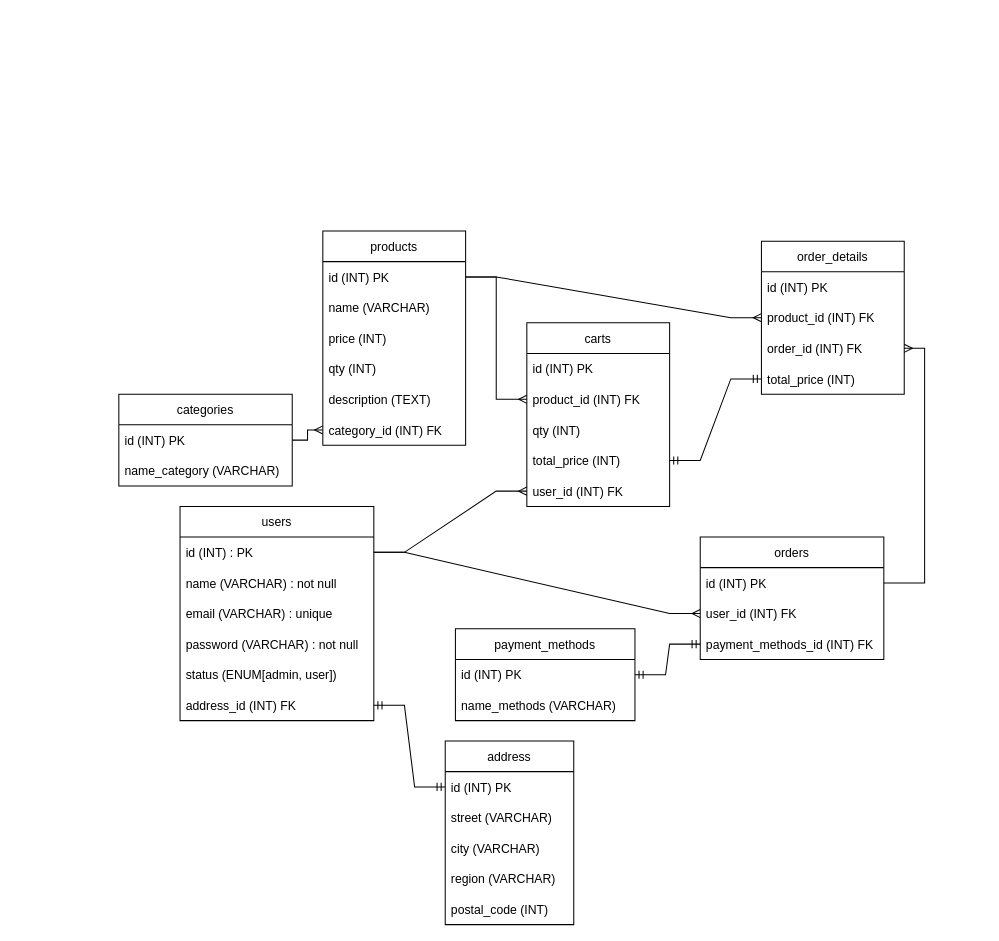
This is ERD.drawio from air-bnb-group-3/BE, a draw.io file, before an edit. Source tidied: cells renumbered, new cells numbered last; positions are measured from the earlier drawing's top-left corner, leaving out a move shared by most shapes. Both pictures are drawn from the tidied source at 102%, with x=0, y=0 at pixel (118, 231).
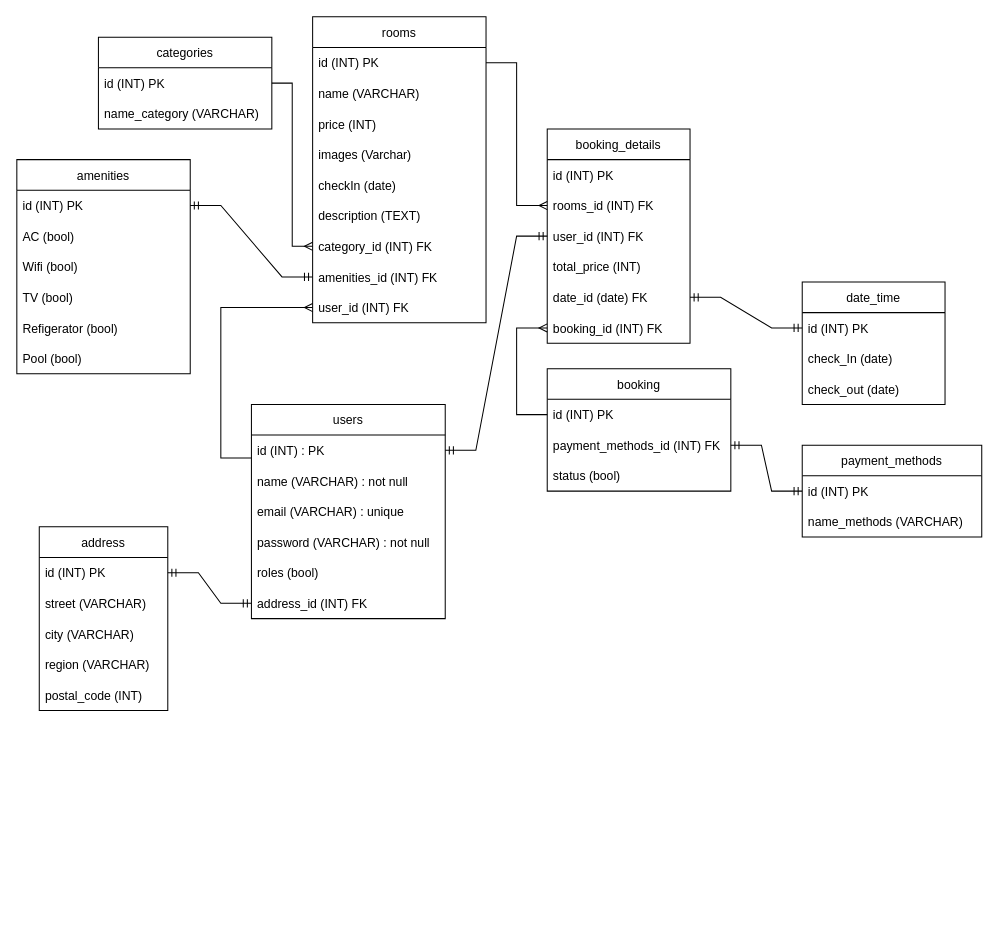
After the change.

The change refers to these unchanged cells:
```xml
<mxCell id="3" value="id (INT) : PK" style="text;strokeColor=none;fillColor=none;align=left;verticalAlign=middle;spacingLeft=4;spacingRight=4;overflow=hidden;points=[[0,0.5],[1,0.5]];portConstraint=eastwest;" parent="2" vertex="1">
  <mxGeometry y="30" width="190" height="30" as="geometry" />
</mxCell>
<mxCell id="8" value="address_id (INT) FK " style="text;strokeColor=none;fillColor=none;align=left;verticalAlign=middle;spacingLeft=4;spacingRight=4;overflow=hidden;points=[[0,0.5],[1,0.5]];portConstraint=eastwest;" parent="2" vertex="1">
  <mxGeometry y="180" width="190" height="30" as="geometry" />
</mxCell>
<mxCell id="23" value="id (INT) PK" style="text;strokeColor=none;fillColor=none;align=left;verticalAlign=middle;spacingLeft=4;spacingRight=4;overflow=hidden;points=[[0,0.5],[1,0.5]];portConstraint=eastwest;" parent="22" vertex="1">
  <mxGeometry y="30" width="180" height="30" as="geometry" />
</mxCell>
<mxCell id="31" value="id (INT) PK" style="text;strokeColor=none;fillColor=none;align=left;verticalAlign=middle;spacingLeft=4;spacingRight=4;overflow=hidden;points=[[0,0.5],[1,0.5]];portConstraint=eastwest;" parent="30" vertex="1">
  <mxGeometry y="30" width="126" height="30" as="geometry" />
</mxCell>
<mxCell id="48" value="id (INT) PK" style="text;strokeColor=none;fillColor=none;align=left;verticalAlign=middle;spacingLeft=4;spacingRight=4;overflow=hidden;points=[[0,0.5],[1,0.5]];portConstraint=eastwest;" parent="47" vertex="1">
  <mxGeometry y="30" width="176" height="30" as="geometry" />
</mxCell>
```

What changed in the source:
```diff
@@
     <mxCell id="2" value="users" style="swimlane;fontStyle=0;horizontal=1;startSize=30;" parent="1" vertex="1">
-      <mxGeometry x="60" y="270" width="190" height="210" as="geometry" />
+      <mxGeometry x="130" y="170" width="190" height="210" as="geometry" />
     </mxCell>
@@
-    <mxCell id="7" value="status (ENUM[admin, user]) " style="text;strokeColor=none;fillColor=none;align=left;verticalAlign=middle;spacingLeft=4;spacingRight=4;overflow=hidden;" parent="2" vertex="1">
+    <mxCell id="7" value="roles (bool)" style="text;strokeColor=none;fillColor=none;align=left;verticalAlign=middle;spacingLeft=4;spacingRight=4;overflow=hidden;" parent="2" vertex="1">
       <mxGeometry y="150" width="190" height="30" as="geometry" />
     </mxCell>
@@
-    <mxCell id="9" value="products" style="swimlane;fontStyle=0;horizontal=1;startSize=30;" parent="1" vertex="1">
-      <mxGeometry x="200" width="140" height="210" as="geometry" />
+    <mxCell id="9" value="rooms" style="swimlane;fontStyle=0;horizontal=1;startSize=30;" parent="1" vertex="1">
+      <mxGeometry x="190" y="-210" width="170" height="300" as="geometry" />
     </mxCell>
     <mxCell id="10" value="id (INT) PK" style="text;strokeColor=none;fillColor=none;align=left;verticalAlign=middle;spacingLeft=4;spacingRight=4;overflow=hidden;points=[[0,0.5],[1,0.5]];portConstraint=eastwest;" parent="9" vertex="1">
-      <mxGeometry y="30" width="140" height="30" as="geometry" />
+      <mxGeometry y="30" width="170" height="30" as="geometry" />
     </mxCell>
     <mxCell id="11" value="name (VARCHAR)" style="text;strokeColor=none;fillColor=none;align=left;verticalAlign=middle;spacingLeft=4;spacingRight=4;overflow=hidden;" parent="9" vertex="1">
-      <mxGeometry y="60" width="140" height="30" as="geometry" />
+      <mxGeometry y="60" width="170" height="30" as="geometry" />
     </mxCell>
     <mxCell id="12" value="price (INT)" style="text;strokeColor=none;fillColor=none;align=left;verticalAlign=middle;spacingLeft=4;spacingRight=4;overflow=hidden;" parent="9" vertex="1">
-      <mxGeometry y="90" width="140" height="30" as="geometry" />
+      <mxGeometry y="90" width="170" height="30" as="geometry" />
     </mxCell>
+    <mxCell id="52" value="images (Varchar)" style="text;strokeColor=none;fillColor=none;align=left;verticalAlign=middle;spacingLeft=4;spacingRight=4;overflow=hidden;" parent="9" vertex="1">
+      <mxGeometry y="120" width="170" height="30" as="geometry" />
+    </mxCell>
-    <mxCell id="13" value="qty (INT)" style="text;strokeColor=none;fillColor=none;align=left;verticalAlign=middle;spacingLeft=4;spacingRight=4;overflow=hidden;" parent="9" vertex="1">
-      <mxGeometry y="120" width="140" height="30" as="geometry" />
+    <mxCell id="13" value="checkIn (date)" style="text;strokeColor=none;fillColor=none;align=left;verticalAlign=middle;spacingLeft=4;spacingRight=4;overflow=hidden;" parent="9" vertex="1">
+      <mxGeometry y="150" width="170" height="30" as="geometry" />
     </mxCell>
     <mxCell id="14" value="description (TEXT)" style="text;strokeColor=none;fillColor=none;align=left;verticalAlign=middle;spacingLeft=4;spacingRight=4;overflow=hidden;" parent="9" vertex="1">
-      <mxGeometry y="150" width="140" height="30" as="geometry" />
+      <mxGeometry y="180" width="170" height="30" as="geometry" />
     </mxCell>
     <mxCell id="15" value="category_id (INT) FK" style="text;strokeColor=none;fillColor=none;align=left;verticalAlign=middle;spacingLeft=4;spacingRight=4;overflow=hidden;points=[[0,0.5],[1,0.5]];portConstraint=eastwest;" parent="9" vertex="1">
-      <mxGeometry y="180" width="140" height="30" as="geometry" />
+      <mxGeometry y="210" width="170" height="30" as="geometry" />
     </mxCell>
-    <mxCell id="16" value="carts" style="swimlane;fontStyle=0;horizontal=1;startSize=30;" parent="1" vertex="1">
-      <mxGeometry x="400" y="90" width="140" height="180" as="geometry" />
-    </mxCell>
-    <mxCell id="17" value="id (INT) PK" style="text;strokeColor=none;fillColor=none;align=left;verticalAlign=middle;spacingLeft=4;spacingRight=4;overflow=hidden;points=[[0,0.5],[1,0.5]];portConstraint=eastwest;" parent="16" vertex="1">
-      <mxGeometry y="30" width="140" height="30" as="geometry" />
-    </mxCell>
-    <mxCell id="18" value="product_id (INT) FK" style="text;strokeColor=none;fillColor=none;align=left;verticalAlign=middle;spacingLeft=4;spacingRight=4;overflow=hidden;points=[[0,0.5],[1,0.5]];portConstraint=eastwest;" parent="16" vertex="1">
-      <mxGeometry y="60" width="140" height="30" as="geometry" />
-    </mxCell>
-    <mxCell id="19" value="qty (INT)" style="text;strokeColor=none;fillColor=none;align=left;verticalAlign=middle;spacingLeft=4;spacingRight=4;overflow=hidden;" parent="16" vertex="1">
-      <mxGeometry y="90" width="140" height="30" as="geometry" />
-    </mxCell>
-    <mxCell id="20" value="total_price (INT)" style="text;strokeColor=none;fillColor=none;align=left;verticalAlign=middle;spacingLeft=4;spacingRight=4;overflow=hidden;points=[[0,0.5],[1,0.5]];portConstraint=eastwest;" parent="16" vertex="1">
-      <mxGeometry y="120" width="140" height="30" as="geometry" />
-    </mxCell>
+    <mxCell id="53" value="amenities_id (INT) FK" style="text;strokeColor=none;fillColor=none;align=left;verticalAlign=middle;spacingLeft=4;spacingRight=4;overflow=hidden;points=[[0,0.5],[1,0.5]];portConstraint=eastwest;" parent="9" vertex="1">
+      <mxGeometry y="240" width="170" height="30" as="geometry" />
+    </mxCell>
-    <mxCell id="21" value="user_id (INT) FK" style="text;strokeColor=none;fillColor=none;align=left;verticalAlign=middle;spacingLeft=4;spacingRight=4;overflow=hidden;points=[[0,0.5],[1,0.5]];portConstraint=eastwest;" parent="16" vertex="1">
-      <mxGeometry y="150" width="140" height="30" as="geometry" />
+    <mxCell id="21" value="user_id (INT) FK" style="text;strokeColor=none;fillColor=none;align=left;verticalAlign=middle;spacingLeft=4;spacingRight=4;overflow=hidden;points=[[0,0.5],[1,0.5]];portConstraint=eastwest;" parent="9" vertex="1">
+      <mxGeometry y="270" width="170" height="30" as="geometry" />
     </mxCell>
-    <mxCell id="22" value="orders" style="swimlane;fontStyle=0;horizontal=1;startSize=30;" parent="1" vertex="1">
-      <mxGeometry x="570" y="300" width="180" height="120" as="geometry" />
+    <mxCell id="22" value="booking" style="swimlane;fontStyle=0;horizontal=1;startSize=30;" parent="1" vertex="1">
+      <mxGeometry x="420" y="135" width="180" height="120" as="geometry" />
     </mxCell>
@@
-    <mxCell id="24" value="user_id (INT) FK " style="text;strokeColor=none;fillColor=none;align=left;verticalAlign=middle;spacingLeft=4;spacingRight=4;overflow=hidden;points=[[0,0.5],[1,0.5]];portConstraint=eastwest;" parent="22" vertex="1">
-      <mxGeometry y="60" width="180" height="30" as="geometry" />
-    </mxCell>
     <mxCell id="25" value="payment_methods_id (INT) FK" style="text;strokeColor=none;fillColor=none;align=left;verticalAlign=middle;spacingLeft=4;spacingRight=4;overflow=hidden;points=[[0,0.5],[1,0.5]];portConstraint=eastwest;" parent="22" vertex="1">
-      <mxGeometry y="90" width="180" height="30" as="geometry" />
+      <mxGeometry y="60" width="180" height="30" as="geometry" />
     </mxCell>
-    <mxCell id="26" value="categories" style="swimlane;fontStyle=0;horizontal=1;startSize=30;" parent="1" vertex="1">
-      <mxGeometry y="160" width="170" height="90" as="geometry" />
-    </mxCell>
-    <mxCell id="27" value="id (INT) PK" style="text;strokeColor=none;fillColor=none;align=left;verticalAlign=middle;spacingLeft=4;spacingRight=4;overflow=hidden;points=[[0,0.5],[1,0.5]];portConstraint=eastwest;" parent="26" vertex="1">
-      <mxGeometry y="30" width="170" height="30" as="geometry" />
-    </mxCell>
-    <mxCell id="28" value="name_category (VARCHAR) " style="text;strokeColor=none;fillColor=none;align=left;verticalAlign=middle;spacingLeft=4;spacingRight=4;overflow=hidden;" parent="26" vertex="1">
-      <mxGeometry y="60" width="170" height="30" as="geometry" />
-    </mxCell>
-    <mxCell id="29" style="edgeStyle=entityRelationEdgeStyle;fontSize=12;html=1;endArrow=ERmany;rounded=0;exitX=1;exitY=0.5;exitDx=0;exitDy=0;entryX=0;entryY=0.5;entryDx=0;entryDy=0;" parent="1" edge="1" source="3" target="24">
-      <mxGeometry relative="1" as="geometry" />
-    </mxCell>
+    <mxCell id="54" value="status (bool)" style="text;strokeColor=none;fillColor=none;align=left;verticalAlign=middle;spacingLeft=4;spacingRight=4;overflow=hidden;" parent="22" vertex="1">
+      <mxGeometry y="90" width="180" height="30" as="geometry" />
+    </mxCell>
     <mxCell id="30" value="address" style="swimlane;fontStyle=0;horizontal=1;startSize=30;" parent="1" vertex="1">
-      <mxGeometry x="320" y="500" width="126" height="180" as="geometry" />
+      <mxGeometry x="-78" y="290" width="126" height="180" as="geometry" />
     </mxCell>
@@
-    <mxCell id="36" style="edgeStyle=entityRelationEdgeStyle;fontSize=12;html=1;endArrow=ERmandOne;startArrow=ERmandOne;rounded=0;exitX=1;exitY=0.5;exitDx=0;exitDy=0;entryX=0;entryY=0.5;entryDx=0;entryDy=0;" parent="1" edge="1" source="48" target="25">
+    <mxCell id="36" style="edgeStyle=entityRelationEdgeStyle;fontSize=12;html=1;endArrow=ERmandOne;startArrow=ERmandOne;rounded=0;exitX=0;exitY=0.5;exitDx=0;exitDy=0;entryX=1;entryY=0.5;entryDx=0;entryDy=0;" parent="1" edge="1" source="48" target="25">
       <mxGeometry relative="1" as="geometry" />
     </mxCell>
-    <mxCell id="37" value="order_details" style="swimlane;fontStyle=0;horizontal=1;startSize=30;" parent="1" vertex="1">
-      <mxGeometry x="630" y="10" width="140" height="150" as="geometry" />
+    <mxCell id="37" value="booking_details" style="swimlane;fontStyle=0;horizontal=1;startSize=30;" parent="1" vertex="1">
+      <mxGeometry x="420" y="-100" width="140" height="210" as="geometry" />
     </mxCell>
@@
-    <mxCell id="39" value="product_id (INT) FK" style="text;strokeColor=none;fillColor=none;align=left;verticalAlign=middle;spacingLeft=4;spacingRight=4;overflow=hidden;points=[[0,0.5],[1,0.5]];portConstraint=eastwest;" parent="37" vertex="1">
+    <mxCell id="39" value="rooms_id (INT) FK" style="text;strokeColor=none;fillColor=none;align=left;verticalAlign=middle;spacingLeft=4;spacingRight=4;overflow=hidden;points=[[0,0.5],[1,0.5]];portConstraint=eastwest;" parent="37" vertex="1">
       <mxGeometry y="60" width="140" height="30" as="geometry" />
     </mxCell>
+    <mxCell id="24" value="user_id (INT) FK " style="text;strokeColor=none;fillColor=none;align=left;verticalAlign=middle;spacingLeft=4;spacingRight=4;overflow=hidden;points=[[0,0.5],[1,0.5]];portConstraint=eastwest;" parent="37" vertex="1">
+      <mxGeometry y="90" width="140" height="30" as="geometry" />
+    </mxCell>
+    <mxCell id="41" value="total_price (INT)" style="text;strokeColor=none;fillColor=none;align=left;verticalAlign=middle;spacingLeft=4;spacingRight=4;overflow=hidden;points=[[0,0.5],[1,0.5]];portConstraint=eastwest;" parent="37" vertex="1">
+      <mxGeometry y="120" width="140" height="30" as="geometry" />
+    </mxCell>
+    <mxCell id="55" value="date_id (date) FK" style="text;strokeColor=none;fillColor=none;align=left;verticalAlign=middle;spacingLeft=4;spacingRight=4;overflow=hidden;points=[[0,0.5],[1,0.5]];portConstraint=eastwest;" parent="37" vertex="1">
+      <mxGeometry y="150" width="140" height="30" as="geometry" />
+    </mxCell>
-    <mxCell id="40" value="order_id (INT) FK" style="text;strokeColor=none;fillColor=none;align=left;verticalAlign=middle;spacingLeft=4;spacingRight=4;overflow=hidden;points=[[0,0.5],[1,0.5]];portConstraint=eastwest;" parent="37" vertex="1">
-      <mxGeometry y="90" width="140" height="30" as="geometry" />
+    <mxCell id="40" value="booking_id (INT) FK" style="text;strokeColor=none;fillColor=none;align=left;verticalAlign=middle;spacingLeft=4;spacingRight=4;overflow=hidden;points=[[0,0.5],[1,0.5]];portConstraint=eastwest;" parent="37" vertex="1">
+      <mxGeometry y="180" width="140" height="30" as="geometry" />
     </mxCell>
-    <mxCell id="41" value="total_price (INT)" style="text;strokeColor=none;fillColor=none;align=left;verticalAlign=middle;spacingLeft=4;spacingRight=4;overflow=hidden;points=[[0,0.5],[1,0.5]];portConstraint=eastwest;" parent="37" vertex="1">
-      <mxGeometry y="120" width="140" height="30" as="geometry" />
-    </mxCell>
-    <mxCell id="42" style="edgeStyle=elbowEdgeStyle;fontSize=12;html=1;endArrow=ERmany;rounded=0;exitX=1;exitY=0.5;exitDx=0;exitDy=0;entryX=0;entryY=0.5;entryDx=0;entryDy=0;" parent="1" edge="1" source="27" target="15">
+    <mxCell id="42" style="edgeStyle=elbowEdgeStyle;fontSize=12;html=1;endArrow=ERmany;rounded=0;exitX=1;exitY=0.5;exitDx=0;exitDy=0;entryX=0;entryY=0.5;entryDx=0;entryDy=0;" parent="1" edge="1" source="69" target="15">
       <mxGeometry relative="1" as="geometry" />
     </mxCell>
@@
-    <mxCell id="44" style="edgeStyle=entityRelationEdgeStyle;fontSize=12;html=1;endArrow=ERmany;rounded=0;exitX=1;exitY=0.5;exitDx=0;exitDy=0;entryX=0;entryY=0.5;entryDx=0;entryDy=0;" parent="1" edge="1" source="10" target="18">
-      <mxGeometry relative="1" as="geometry" />
-    </mxCell>
-    <mxCell id="45" style="edgeStyle=entityRelationEdgeStyle;fontSize=12;html=1;endArrow=ERmany;rounded=0;exitX=1;exitY=0.5;exitDx=0;exitDy=0;entryX=0;entryY=0.5;entryDx=0;entryDy=0;" parent="1" edge="1" source="3" target="21">
-      <mxGeometry relative="1" as="geometry" />
-    </mxCell>
-    <mxCell id="46" style="edgeStyle=entityRelationEdgeStyle;fontSize=12;html=1;endArrow=ERmandOne;startArrow=ERmandOne;rounded=0;exitX=1;exitY=0.5;exitDx=0;exitDy=0;entryX=0;entryY=0.5;entryDx=0;entryDy=0;" parent="1" edge="1" source="20" target="41">
-      <mxGeometry relative="1" as="geometry" />
-    </mxCell>
     <mxCell id="47" value="payment_methods" style="swimlane;fontStyle=0;horizontal=1;startSize=30;" parent="1" vertex="1">
-      <mxGeometry x="330" y="390" width="176" height="90" as="geometry" />
+      <mxGeometry x="670" y="210" width="176" height="90" as="geometry" />
     </mxCell>
@@
-    <mxCell id="50" style="edgeStyle=entityRelationEdgeStyle;fontSize=12;html=1;endArrow=ERmandOne;startArrow=ERmandOne;rounded=0;exitX=1;exitY=0.5;exitDx=0;exitDy=0;entryX=0;entryY=0.5;entryDx=0;entryDy=0;" parent="1" edge="1" source="8" target="31">
+    <mxCell id="50" style="edgeStyle=entityRelationEdgeStyle;fontSize=12;html=1;endArrow=ERmandOne;startArrow=ERmandOne;rounded=0;entryX=1;entryY=0.25;entryDx=0;entryDy=0;exitX=0;exitY=0.5;exitDx=0;exitDy=0;" parent="1" edge="1" source="8" target="30">
       <mxGeometry relative="1" as="geometry" />
     </mxCell>
-    <mxCell id="51" style="edgeStyle=elbowEdgeStyle;fontSize=12;html=1;endArrow=ERmany;rounded=0;exitX=1;exitY=0.5;exitDx=0;exitDy=0;entryX=1;entryY=0.5;entryDx=0;entryDy=0;" parent="1" edge="1" source="23" target="40">
+    <mxCell id="51" style="edgeStyle=elbowEdgeStyle;fontSize=12;html=1;endArrow=ERmany;rounded=0;exitX=0;exitY=0.5;exitDx=0;exitDy=0;entryX=0;entryY=0.5;entryDx=0;entryDy=0;" parent="1" edge="1" source="23" target="40">
       <mxGeometry relative="1" as="geometry">
         <Array as="points">
-          <mxPoint x="790" y="230" />
+          <mxPoint x="390" y="130" />
         </Array>
       </mxGeometry>
     </mxCell>
+    <mxCell id="56" style="edgeStyle=entityRelationEdgeStyle;fontSize=12;html=1;endArrow=ERmandOne;startArrow=ERmandOne;rounded=0;entryX=1;entryY=0.5;entryDx=0;entryDy=0;exitX=0;exitY=0.5;exitDx=0;exitDy=0;" parent="1" edge="1" source="24" target="3">
+      <mxGeometry relative="1" as="geometry" />
+    </mxCell>
+    <mxCell id="57" value="date_time" style="swimlane;fontStyle=0;horizontal=1;startSize=30;" parent="1" vertex="1">
+      <mxGeometry x="670" y="50" width="140" height="120" as="geometry" />
+    </mxCell>
+    <mxCell id="17" value="id (INT) PK" style="text;strokeColor=none;fillColor=none;align=left;verticalAlign=middle;spacingLeft=4;spacingRight=4;overflow=hidden;points=[[0,0.5],[1,0.5]];portConstraint=eastwest;" parent="57" vertex="1">
+      <mxGeometry y="30" width="140" height="30" as="geometry" />
+    </mxCell>
+    <mxCell id="58" value="check_In (date)" style="text;strokeColor=none;fillColor=none;align=left;verticalAlign=middle;spacingLeft=4;spacingRight=4;overflow=hidden;" parent="57" vertex="1">
+      <mxGeometry y="60" width="140" height="30" as="geometry" />
+    </mxCell>
+    <mxCell id="59" value="check_out (date)" style="text;strokeColor=none;fillColor=none;align=left;verticalAlign=middle;spacingLeft=4;spacingRight=4;overflow=hidden;" parent="57" vertex="1">
+      <mxGeometry y="90" width="140" height="30" as="geometry" />
+    </mxCell>
+    <mxCell id="60" style="edgeStyle=entityRelationEdgeStyle;fontSize=12;html=1;endArrow=ERmandOne;startArrow=ERmandOne;rounded=0;entryX=1;entryY=0.5;entryDx=0;entryDy=0;exitX=0;exitY=0.5;exitDx=0;exitDy=0;" parent="1" edge="1" source="17" target="55">
+      <mxGeometry relative="1" as="geometry" />
+    </mxCell>
+    <mxCell id="61" style="edgeStyle=elbowEdgeStyle;fontSize=12;html=1;endArrow=ERmany;rounded=0;exitX=0;exitY=0.25;exitDx=0;exitDy=0;entryX=0;entryY=0.5;entryDx=0;entryDy=0;" parent="1" edge="1" source="2" target="21">
+      <mxGeometry relative="1" as="geometry">
+        <Array as="points">
+          <mxPoint x="100" y="190" />
+        </Array>
+      </mxGeometry>
+    </mxCell>
+    <mxCell id="62" value="amenities" style="swimlane;fontStyle=0;horizontal=1;startSize=30;" parent="1" vertex="1">
+      <mxGeometry x="-100" y="-70" width="170" height="210" as="geometry" />
+    </mxCell>
+    <mxCell id="63" value="id (INT) PK" style="text;strokeColor=none;fillColor=none;align=left;verticalAlign=middle;spacingLeft=4;spacingRight=4;overflow=hidden;points=[[0,0.5],[1,0.5]];portConstraint=eastwest;" parent="62" vertex="1">
+      <mxGeometry y="30" width="170" height="30" as="geometry" />
+    </mxCell>
+    <mxCell id="64" value="AC (bool)" style="text;strokeColor=none;fillColor=none;align=left;verticalAlign=middle;spacingLeft=4;spacingRight=4;overflow=hidden;" parent="62" vertex="1">
+      <mxGeometry y="60" width="170" height="30" as="geometry" />
+    </mxCell>
+    <mxCell id="65" value="Wifi (bool)" style="text;strokeColor=none;fillColor=none;align=left;verticalAlign=middle;spacingLeft=4;spacingRight=4;overflow=hidden;" parent="62" vertex="1">
+      <mxGeometry y="90" width="170" height="30" as="geometry" />
+    </mxCell>
+    <mxCell id="66" value="TV (bool)" style="text;strokeColor=none;fillColor=none;align=left;verticalAlign=middle;spacingLeft=4;spacingRight=4;overflow=hidden;" parent="62" vertex="1">
+      <mxGeometry y="120" width="170" height="30" as="geometry" />
+    </mxCell>
+    <mxCell id="67" value="Refigerator (bool)" style="text;strokeColor=none;fillColor=none;align=left;verticalAlign=middle;spacingLeft=4;spacingRight=4;overflow=hidden;" parent="62" vertex="1">
+      <mxGeometry y="150" width="170" height="30" as="geometry" />
+    </mxCell>
+    <mxCell id="68" value="Pool (bool)" style="text;strokeColor=none;fillColor=none;align=left;verticalAlign=middle;spacingLeft=4;spacingRight=4;overflow=hidden;" parent="62" vertex="1">
+      <mxGeometry y="180" width="170" height="30" as="geometry" />
+    </mxCell>
+    <mxCell id="26" value="categories" style="swimlane;fontStyle=0;horizontal=1;startSize=30;" parent="1" vertex="1">
+      <mxGeometry x="-20" y="-190" width="170" height="90" as="geometry" />
+    </mxCell>
+    <mxCell id="69" value="id (INT) PK" style="text;strokeColor=none;fillColor=none;align=left;verticalAlign=middle;spacingLeft=4;spacingRight=4;overflow=hidden;points=[[0,0.5],[1,0.5]];portConstraint=eastwest;" parent="26" vertex="1">
+      <mxGeometry y="30" width="170" height="30" as="geometry" />
+    </mxCell>
+    <mxCell id="28" value="name_category (VARCHAR) " style="text;strokeColor=none;fillColor=none;align=left;verticalAlign=middle;spacingLeft=4;spacingRight=4;overflow=hidden;" parent="26" vertex="1">
+      <mxGeometry y="60" width="170" height="30" as="geometry" />
+    </mxCell>
+    <mxCell id="70" style="edgeStyle=entityRelationEdgeStyle;fontSize=12;html=1;endArrow=ERmandOne;startArrow=ERmandOne;rounded=0;entryX=1;entryY=0.5;entryDx=0;entryDy=0;exitX=0;exitY=0.5;exitDx=0;exitDy=0;" parent="1" edge="1" source="53" target="63">
+      <mxGeometry relative="1" as="geometry" />
+    </mxCell>
```
